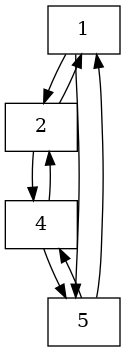
froi0409/GeneradorImagenes keeps this Graphviz diagram as GeneradorFiguras/ListaImagenes.png. Above is the earlier version. Its source is kept beside it as GeneradorFiguras/ListaImagenes.dot. Source of this version:
```dot
digraph arbol {
rankdir=TB
node [shape = record]
nodo1 [ label ="1"];
nodo2 [ label ="2"];
nodo4 [ label ="4"];
nodo5 [ label ="5"];
nodo1->nodo2
nodo1->nodo5
nodo2->nodo4
nodo2->nodo1
nodo4->nodo5
nodo4->nodo2
nodo5->nodo1
nodo5->nodo4
}
```
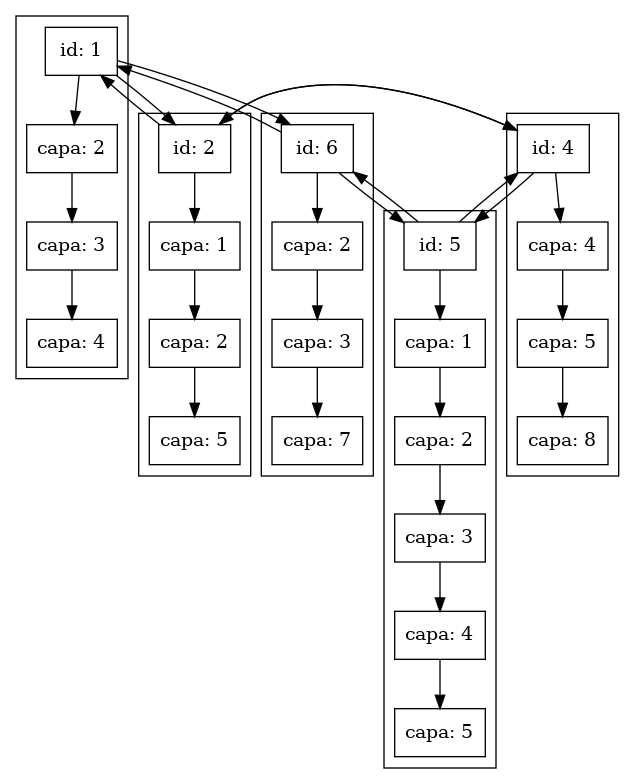
After the commit.

Diff of the diagram source:
```diff
@@ -1,16 +1,50 @@
 digraph arbol {
-rankdir=TB
 node [shape = record]
-nodo1 [ label ="1"];
-nodo2 [ label ="2"];
-nodo4 [ label ="4"];
-nodo5 [ label ="5"];
+subgraph cluster_1 {
+nodo1 [ label ="id: 1"];
+capa1o2 [ label ="capa: 2"];
+capa1o3 [ label ="capa: 3"];
+capa1o4 [ label ="capa: 4"];
+nodo1->capa1o2->capa1o3->capa1o4
+}
+subgraph cluster_2 {
+nodo2 [ label ="id: 2"];
+capa2o1 [ label ="capa: 1"];
+capa2o2 [ label ="capa: 2"];
+capa2o5 [ label ="capa: 5"];
+nodo2->capa2o1->capa2o2->capa2o5
+}
+subgraph cluster_3 {
+nodo4 [ label ="id: 4"];
+capa4o4 [ label ="capa: 4"];
+capa4o5 [ label ="capa: 5"];
+capa4o8 [ label ="capa: 8"];
+nodo4->capa4o4->capa4o5->capa4o8
+}
+subgraph cluster_4 {
+nodo5 [ label ="id: 5"];
+capa5o1 [ label ="capa: 1"];
+capa5o2 [ label ="capa: 2"];
+capa5o3 [ label ="capa: 3"];
+capa5o4 [ label ="capa: 4"];
+capa5o5 [ label ="capa: 5"];
+nodo5->capa5o1->capa5o2->capa5o3->capa5o4->capa5o5
+}
+subgraph cluster_5 {
+nodo6 [ label ="id: 6"];
+capa6o2 [ label ="capa: 2"];
+capa6o3 [ label ="capa: 3"];
+capa6o7 [ label ="capa: 7"];
+nodo6->capa6o2->capa6o3->capa6o7
+}
 nodo1->nodo2
-nodo1->nodo5
+nodo1->nodo6
 nodo2->nodo4
 nodo2->nodo1
 nodo4->nodo5
 nodo4->nodo2
-nodo5->nodo1
+nodo5->nodo6
 nodo5->nodo4
+nodo6->nodo1
+nodo6->nodo5
 }
```
